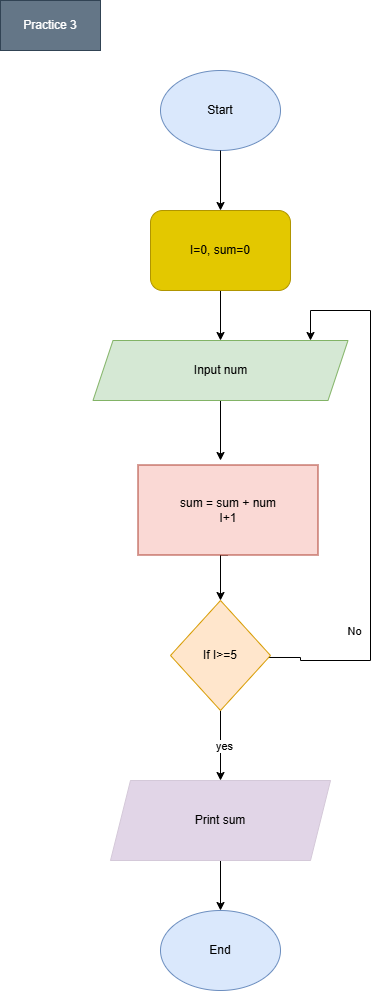
Before: images/Practice 3.png, a diagram exported from draw.io (Halamohamed/flowcharts). Source tidied: cells renumbered, new cells last; positions are measured from the earlier drawing's top-left corner, leaving out a move shared by most shapes.
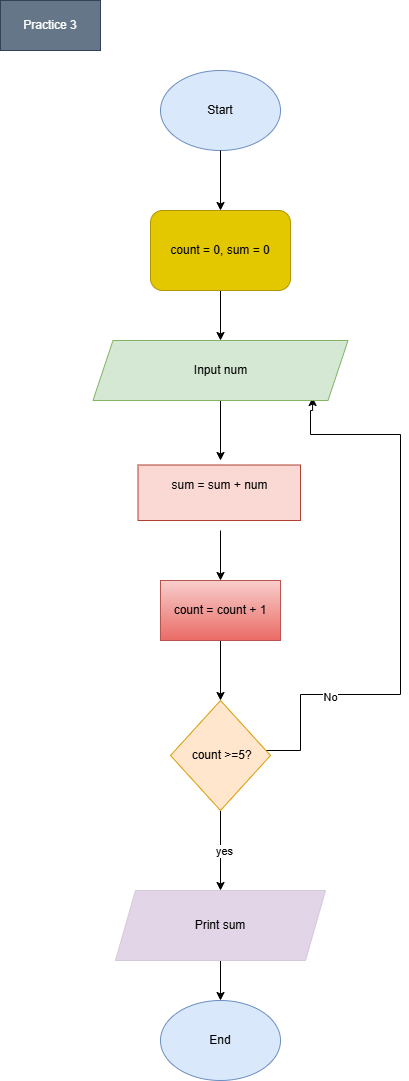
After the change.

Change to the diagram source:
```diff
@@ -9,7 +9,7 @@
       <mxGeometry x="160" y="70" width="120" height="80" as="geometry" />
     </mxCell>
     <mxCell id="4" value="End" style="ellipse;whiteSpace=wrap;html=1;fillColor=#dae8fc;strokeColor=#6c8ebf;" parent="1" vertex="1">
-      <mxGeometry x="160" y="910" width="120" height="80" as="geometry" />
+      <mxGeometry x="160" y="1000" width="120" height="80" as="geometry" />
     </mxCell>
     <mxCell id="5" style="edgeStyle=orthogonalEdgeStyle;rounded=0;jettySize=auto;html=1;" parent="1" edge="1" source="18">
       <mxGeometry relative="1" as="geometry">
@@ -20,7 +20,7 @@
       <mxGeometry relative="1" as="geometry" />
     </mxCell>
     <mxCell id="7" value="Print sum" style="shape=parallelogram;perimeter=parallelogramPerimeter;whiteSpace=wrap;html=1;fixedSize=1;fillColor=#e1d5e7;strokeColor=light-dark(#d4c9d9, #9577a3);" parent="1" vertex="1">
-      <mxGeometry x="110" y="780" width="220" height="80" as="geometry" />
+      <mxGeometry x="115" y="890" width="210" height="70" as="geometry" />
     </mxCell>
     <mxCell id="8" value="Practice 3" style="text;html=1;whiteSpace=wrap;strokeColor=#314354;fillColor=#647687;align=center;verticalAlign=middle;rounded=0;fontColor=#ffffff;" parent="1" vertex="1">
       <mxGeometry width="100" height="50" as="geometry" />
@@ -31,15 +31,17 @@
     <mxCell id="10" value="yes" style="edgeLabel;html=1;align=center;verticalAlign=middle;" parent="9" vertex="1">
       <mxGeometry y="3" relative="1" as="geometry" />
     </mxCell>
-    <mxCell id="11" style="edgeStyle=orthogonalEdgeStyle;rounded=0;jettySize=auto;html=1;exitX=0.94;exitY=0.518;exitDx=0;exitDy=0;exitPerimeter=0;" parent="1" edge="1" source="13">
+    <mxCell id="11" style="edgeStyle=orthogonalEdgeStyle;rounded=0;jettySize=auto;html=1;exitX=0.94;exitY=0.545;exitDx=0;exitDy=0;exitPerimeter=0;entryX=0.861;entryY=0.95;entryDx=0;entryDy=0;entryPerimeter=0;" parent="1" edge="1" source="13" target="18">
       <mxGeometry relative="1" as="geometry">
-        <mxPoint x="310" y="340" as="targetPoint" />
         <Array as="points">
-          <mxPoint x="300" y="657" />
-          <mxPoint x="300" y="660" />
-          <mxPoint x="370" y="660" />
-          <mxPoint x="370" y="310" />
-          <mxPoint x="310" y="310" />
+          <mxPoint x="264" y="750" />
+          <mxPoint x="300" y="750" />
+          <mxPoint x="300" y="694" />
+          <mxPoint x="400" y="694" />
+          <mxPoint x="400" y="434" />
+          <mxPoint x="310" y="434" />
+          <mxPoint x="310" y="410" />
+          <mxPoint x="312" y="410" />
         </Array>
       </mxGeometry>
     </mxCell>
@@ -48,26 +50,16 @@
         <mxPoint x="-19" as="offset" />
       </mxGeometry>
     </mxCell>
-    <mxCell id="13" value="If I&amp;gt;=5" style="rhombus;whiteSpace=wrap;html=1;fillColor=#ffe6cc;strokeColor=#d79b00;" parent="1" vertex="1">
-      <mxGeometry x="170" y="600" width="100" height="110" as="geometry" />
+    <mxCell id="13" value="&amp;nbsp;count &amp;gt;=5?" style="rhombus;whiteSpace=wrap;html=1;fillColor=#ffe6cc;strokeColor=#d79b00;" parent="1" vertex="1">
+      <mxGeometry x="170" y="700" width="100" height="110" as="geometry" />
     </mxCell>
-    <mxCell id="14" style="edgeStyle=orthogonalEdgeStyle;rounded=0;jettySize=auto;html=1;exitX=0.5;exitY=1;exitDx=0;exitDy=0;" parent="1" edge="1" source="17">
-      <mxGeometry relative="1" as="geometry">
-        <mxPoint x="220" y="530" as="targetPoint" />
-      </mxGeometry>
-    </mxCell>
-    <mxCell id="15" style="edgeStyle=orthogonalEdgeStyle;rounded=0;jettySize=auto;html=1;entryX=0.5;entryY=0;entryDx=0;entryDy=0;" parent="1" edge="1" target="13">
-      <mxGeometry relative="1" as="geometry">
-        <mxPoint x="220" y="530" as="sourcePoint" />
-      </mxGeometry>
-    </mxCell>
     <mxCell id="16" style="edgeStyle=orthogonalEdgeStyle;rounded=0;jettySize=auto;html=1;exitX=0.5;exitY=1;exitDx=0;exitDy=0;" parent="1" edge="1" target="17">
       <mxGeometry relative="1" as="geometry">
         <mxPoint x="219.5" y="490" as="sourcePoint" />
       </mxGeometry>
     </mxCell>
-    <mxCell id="17" value="sum = sum + num&lt;div&gt;I+1&lt;/div&gt;" style="rounded=0;whiteSpace=wrap;html=1;fillColor=#fad9d5;strokeColor=#ae4132;" parent="1" vertex="1">
-      <mxGeometry x="137.5" y="464.5" width="180" height="90" as="geometry" />
+    <mxCell id="17" value="sum = sum + num&lt;div&gt;&lt;br&gt;&lt;/div&gt;" style="rounded=0;whiteSpace=wrap;html=1;fillColor=#fad9d5;strokeColor=#ae4132;" parent="1" vertex="1">
+      <mxGeometry x="137.5" y="464.5" width="162.5" height="55.5" as="geometry" />
     </mxCell>
     <mxCell id="18" value="Input num" style="shape=parallelogram;perimeter=parallelogramPerimeter;whiteSpace=wrap;html=1;fixedSize=1;fillColor=#d5e8d4;strokeColor=#82b366;" parent="1" vertex="1">
       <mxGeometry x="92.5" y="340" width="255" height="60" as="geometry" />
@@ -75,8 +67,19 @@
     <mxCell id="19" style="edgeStyle=orthogonalEdgeStyle;rounded=0;jettySize=auto;html=1;entryX=0.5;entryY=0;entryDx=0;entryDy=0;" parent="1" edge="1" source="3" target="20">
       <mxGeometry relative="1" as="geometry" />
     </mxCell>
-    <mxCell id="20" value="I=0, sum=0" style="rounded=1;whiteSpace=wrap;html=1;fillColor=#e3c800;fontColor=#000000;strokeColor=#B09500;" parent="1" vertex="1">
+    <mxCell id="20" value="count = 0, sum = 0" style="rounded=1;whiteSpace=wrap;html=1;fillColor=#e3c800;fontColor=#000000;strokeColor=#B09500;" parent="1" vertex="1">
       <mxGeometry x="150" y="210" width="140" height="80" as="geometry" />
     </mxCell>
+    <mxCell id="21" style="edgeStyle=orthogonalEdgeStyle;rounded=0;jettySize=auto;html=1;entryX=0.5;entryY=0;entryDx=0;entryDy=0;" parent="1" edge="1" target="23">
+      <mxGeometry relative="1" as="geometry">
+        <mxPoint x="220" y="530" as="sourcePoint" />
+      </mxGeometry>
+    </mxCell>
+    <mxCell id="22" style="edgeStyle=orthogonalEdgeStyle;rounded=0;jettySize=auto;html=1;entryX=0.5;entryY=0;entryDx=0;entryDy=0;" parent="1" edge="1" source="23" target="13">
+      <mxGeometry relative="1" as="geometry" />
+    </mxCell>
+    <mxCell id="23" value="count = count + 1" style="whiteSpace=wrap;html=1;fillColor=#f8cecc;strokeColor=#b85450;gradientColor=#ea6b66;" parent="1" vertex="1">
+      <mxGeometry x="160" y="580" width="120" height="60" as="geometry" />
+    </mxCell>
   </root>
 </mxGraphModel>
```
